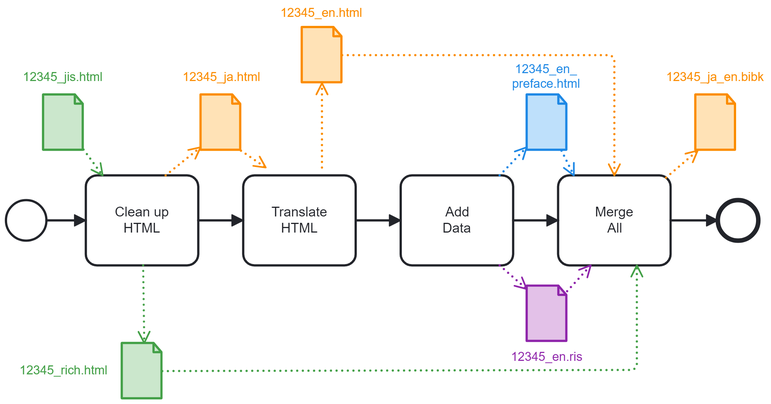
Before: 0-InitialWorkflow.png, a diagram exported from BPMN (japotrad/blue-sora). Its source is kept beside it as 0-InitialWorkflow.bpmn. Ids are renumbered.
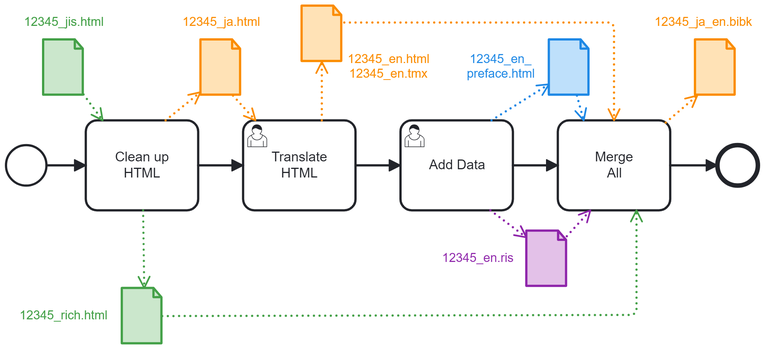
The same diagram one commit later.

Change to the diagram source:
```diff
@@ -1,13 +1,13 @@
 <bpmn:definitions xmlns:bpmn="http://www.omg.org/spec/BPMN/20100524/MODEL" xmlns:bpmndi="http://www.omg.org/spec/BPMN/20100524/DI" xmlns:dc="http://www.omg.org/spec/DD/20100524/DC" xmlns:bioc="http://bpmn.io/schema/bpmn/biocolor/1.0" xmlns:color="http://www.omg.org/spec/BPMN/non-normative/color/1.0" xmlns:di="http://www.omg.org/spec/DD/20100524/DI" xmlns:modeler="http://camunda.org/schema/modeler/1.0" id="Definitions_n1" targetNamespace="http://bpmn.io/schema/bpmn" exporter="Camunda Modeler" exporterVersion="5.29.0" modeler:executionPlatform="Camunda Cloud" modeler:executionPlatformVersion="8.2.0">
   <bpmn:process id="buildDbk" name="buildDbk" isExecutable="true">
     <bpmn:dataObjectReference id="DataObjectReference_n2" name="12345_en_&#10;preface.html" dataObjectRef="DataObject_n3" />
-    <bpmn:dataObjectReference id="DataObjectReference_n4" name="12345_en.html" dataObjectRef="DataObject_n5" />
+    <bpmn:dataObjectReference id="DataObjectReference_n4" name="12345_en.html&#10;12345_en.tmx" dataObjectRef="DataObject_n5" />
     <bpmn:dataObjectReference id="DataObjectReference_n6" name="12345_en.ris" dataObjectRef="DataObject_n7" />
-    <bpmn:dataObjectReference id="DataObjectReference_n8" name="12345_rich.html" dataObjectRef="DataObject_n9" />
     <bpmn:dataObjectReference id="DataObjectReference_n10" name="12345_ja_en.bibk" dataObjectRef="DataObject_n11" />
     <bpmn:dataObjectReference id="DataObjectReference_n12" name="12345_ja.html" dataObjectRef="DataObject_n13" />
     <bpmn:dataObjectReference id="DataObjectReference_n14" name="12345_jis.html" dataObjectRef="DataObject_n15" />
-    <bpmn:task id="Activity_n16" name="Add&#10;Data">
+    <bpmn:dataObjectReference id="DataObjectReference_n8" name="12345_rich.html" dataObjectRef="DataObject_n9" />
+    <bpmn:userTask id="Activity_n42" name="Add Data">
       <bpmn:incoming>Flow_n17</bpmn:incoming>
       <bpmn:outgoing>Flow_n18</bpmn:outgoing>
       <bpmn:dataOutputAssociation id="DataOutputAssociation_n19">
@@ -16,7 +16,7 @@
       <bpmn:dataOutputAssociation id="DataOutputAssociation_n20">
         <bpmn:targetRef>DataObjectReference_n6</bpmn:targetRef>
       </bpmn:dataOutputAssociation>
-    </bpmn:task>
+    </bpmn:userTask>
     <bpmn:task id="Activity_n21" name="Clean up&#10;HTML">
       <bpmn:incoming>Flow_n22</bpmn:incoming>
       <bpmn:outgoing>Flow_n23</bpmn:outgoing>
@@ -43,9 +43,9 @@
       <bpmn:incoming>Flow_n29</bpmn:incoming>
     </bpmn:endEvent>
     <bpmn:sequenceFlow id="Flow_n29" sourceRef="Activity_n30" targetRef="Event_n28" />
-    <bpmn:sequenceFlow id="Flow_n17" sourceRef="Activity_n31" targetRef="Activity_n16" />
-    <bpmn:sequenceFlow id="Flow_n23" sourceRef="Activity_n21" targetRef="Activity_n31" />
-    <bpmn:sequenceFlow id="Flow_n18" sourceRef="Activity_n16" targetRef="Activity_n30" />
+    <bpmn:sequenceFlow id="Flow_n17" sourceRef="Activity_n43" targetRef="Activity_n42" />
+    <bpmn:sequenceFlow id="Flow_n23" sourceRef="Activity_n21" targetRef="Activity_n43" />
+    <bpmn:sequenceFlow id="Flow_n18" sourceRef="Activity_n42" targetRef="Activity_n30" />
     <bpmn:sequenceFlow id="Flow_n22" sourceRef="StartEvent_1" targetRef="Activity_n21" />
     <bpmn:task id="Activity_n30" name="Merge&#10;All">
       <bpmn:incoming>Flow_n18</bpmn:incoming>
@@ -74,154 +74,154 @@
     <bpmn:startEvent id="StartEvent_1">
       <bpmn:outgoing>Flow_n22</bpmn:outgoing>
     </bpmn:startEvent>
-    <bpmn:task id="Activity_n31" name="Translate&#10;HTML">
+    <bpmn:userTask id="Activity_n43" name="Translate&#10;HTML">
       <bpmn:incoming>Flow_n23</bpmn:incoming>
       <bpmn:outgoing>Flow_n17</bpmn:outgoing>
-      <bpmn:property id="Property_n38" name="__targetRef_placeholder" />
+      <bpmn:property id="Property_n44" name="__targetRef_placeholder" />
       <bpmn:dataInputAssociation id="DataInputAssociation_n39">
         <bpmn:sourceRef>DataObjectReference_n12</bpmn:sourceRef>
-        <bpmn:targetRef>Property_n38</bpmn:targetRef>
+        <bpmn:targetRef>Property_n44</bpmn:targetRef>
       </bpmn:dataInputAssociation>
       <bpmn:dataOutputAssociation id="DataOutputAssociation_n40">
         <bpmn:targetRef>DataObjectReference_n4</bpmn:targetRef>
       </bpmn:dataOutputAssociation>
-    </bpmn:task>
+    </bpmn:userTask>
   </bpmn:process>
   <bpmndi:BPMNDiagram id="BPMNDiagram_1">
     <bpmndi:BPMNPlane id="BPMNPlane_1" bpmnElement="buildDbk">
-      <bpmndi:BPMNShape id="DataObjectReference_n2_di" bpmnElement="DataObjectReference_n2" bioc:stroke="#1e88e5" bioc:fill="#bbdefb" color:background-color="#bbdefb" color:border-color="#1e88e5">
-        <dc:Bounds x="642" y="185" width="36" height="50" />
-        <bpmndi:BPMNLabel>
-          <dc:Bounds x="629" y="156" width="62" height="27" />
+      <bpmndi:BPMNShape id="DataObjectReference_n6_di" bpmnElement="DataObjectReference_n6" bioc:stroke="#8e24aa" bioc:fill="#e1bee7" color:background-color="#e1bee7" color:border-color="#8e24aa">
+        <dc:Bounds x="642" y="285" width="36" height="50" />
+        <bpmndi:BPMNLabel color:color="#8e24aa">
+          <dc:Bounds x="567" y="303" width="65" height="14" />
         </bpmndi:BPMNLabel>
       </bpmndi:BPMNShape>
-      <bpmndi:BPMNShape id="DataObjectReference_n4_di" bpmnElement="DataObjectReference_n4" bioc:stroke="#fb8c00" bioc:fill="#ffe0b2" color:background-color="#ffe0b2" color:border-color="#fb8c00">
-        <dc:Bounds x="442" y="125" width="36" height="50" />
-        <bpmndi:BPMNLabel color:color="#fb8c00">
-          <dc:Bounds x="423" y="106" width="74" height="14" />
+      <bpmndi:BPMNShape id="BPMNShape_n41" bpmnElement="DataObjectReference_n8" bioc:stroke="#43a047" bioc:fill="#c8e6c9" color:background-color="#c8e6c9" color:border-color="#43a047">
+        <dc:Bounds x="282" y="336" width="36" height="50" />
+        <bpmndi:BPMNLabel>
+          <dc:Bounds x="191" y="354" width="79" height="14" />
         </bpmndi:BPMNLabel>
       </bpmndi:BPMNShape>
       <bpmndi:BPMNShape id="DataObjectReference_n10_di" bpmnElement="DataObjectReference_n10" bioc:stroke="#fb8c00" bioc:fill="#ffe0b2" color:background-color="#ffe0b2" color:border-color="#fb8c00">
-        <dc:Bounds x="792" y="185" width="36" height="50" />
+        <dc:Bounds x="792" y="115" width="36" height="50" />
         <bpmndi:BPMNLabel>
-          <dc:Bounds x="766" y="163" width="88" height="14" />
+          <dc:Bounds x="756" y="93" width="88" height="14" />
         </bpmndi:BPMNLabel>
       </bpmndi:BPMNShape>
       <bpmndi:BPMNShape id="DataObjectReference_n12_di" bpmnElement="DataObjectReference_n12" bioc:stroke="#fb8c00" bioc:fill="#ffe0b2" color:background-color="#ffe0b2" color:border-color="#fb8c00">
-        <dc:Bounds x="352" y="185" width="36" height="50" />
+        <dc:Bounds x="352" y="115" width="36" height="50" />
         <bpmndi:BPMNLabel>
-          <dc:Bounds x="336" y="163" width="70" height="14" />
+          <dc:Bounds x="336" y="93" width="70" height="14" />
         </bpmndi:BPMNLabel>
       </bpmndi:BPMNShape>
       <bpmndi:BPMNShape id="DataObjectReference_n14_di" bpmnElement="DataObjectReference_n14" bioc:stroke="#43a047" bioc:fill="#c8e6c9" color:background-color="#c8e6c9" color:border-color="#43a047">
-        <dc:Bounds x="212" y="185" width="36" height="50" />
+        <dc:Bounds x="212" y="115" width="36" height="50" />
         <bpmndi:BPMNLabel color:color="#43a047">
-          <dc:Bounds x="194" y="163" width="72" height="14" />
+          <dc:Bounds x="195" y="93" width="71" height="14" />
         </bpmndi:BPMNLabel>
       </bpmndi:BPMNShape>
-      <bpmndi:BPMNShape id="Activity_n16_di" bpmnElement="Activity_n16">
-        <dc:Bounds x="530" y="257" width="100" height="80" />
-        <bpmndi:BPMNLabel />
-      </bpmndi:BPMNShape>
       <bpmndi:BPMNShape id="Activity_n21_di" bpmnElement="Activity_n21">
-        <dc:Bounds x="250" y="257" width="100" height="80" />
+        <dc:Bounds x="250" y="187" width="100" height="80" />
         <bpmndi:BPMNLabel />
       </bpmndi:BPMNShape>
       <bpmndi:BPMNShape id="Event_n28_di" bpmnElement="Event_n28">
-        <dc:Bounds x="812" y="279" width="36" height="36" />
+        <dc:Bounds x="812" y="209" width="36" height="36" />
       </bpmndi:BPMNShape>
       <bpmndi:BPMNShape id="Activity_n30_di" bpmnElement="Activity_n30">
-        <dc:Bounds x="670" y="257" width="100" height="80" />
+        <dc:Bounds x="670" y="187" width="100" height="80" />
         <bpmndi:BPMNLabel />
       </bpmndi:BPMNShape>
       <bpmndi:BPMNShape id="_BPMNShape_StartEvent_2" bpmnElement="StartEvent_1">
-        <dc:Bounds x="179" y="279" width="36" height="36" />
+        <dc:Bounds x="179" y="209" width="36" height="36" />
       </bpmndi:BPMNShape>
-      <bpmndi:BPMNShape id="Activity_n31_di" bpmnElement="Activity_n31">
-        <dc:Bounds x="390" y="257" width="100" height="80" />
+      <bpmndi:BPMNShape id="Activity_n43_di" bpmnElement="Activity_n43">
+        <dc:Bounds x="390" y="187" width="100" height="80" />
         <bpmndi:BPMNLabel />
       </bpmndi:BPMNShape>
-      <bpmndi:BPMNShape id="DataObjectReference_n6_di" bpmnElement="DataObjectReference_n6" bioc:stroke="#8e24aa" bioc:fill="#e1bee7" color:background-color="#e1bee7" color:border-color="#8e24aa">
-        <dc:Bounds x="642" y="355" width="36" height="50" />
-        <bpmndi:BPMNLabel color:color="#8e24aa">
-          <dc:Bounds x="628" y="412" width="65" height="14" />
+      <bpmndi:BPMNShape id="DataObjectReference_n4_di" bpmnElement="DataObjectReference_n4" bioc:stroke="#fb8c00" bioc:fill="#ffe0b2" color:background-color="#ffe0b2" color:border-color="#fb8c00">
+        <dc:Bounds x="442" y="85" width="36" height="50" />
+        <bpmndi:BPMNLabel color:color="#fb8c00">
+          <dc:Bounds x="483" y="126" width="73" height="27" />
         </bpmndi:BPMNLabel>
       </bpmndi:BPMNShape>
-      <bpmndi:BPMNShape id="BPMNShape_n41" bpmnElement="DataObjectReference_n8" bioc:stroke="#43a047" bioc:fill="#c8e6c9" color:background-color="#c8e6c9" color:border-color="#43a047">
-        <dc:Bounds x="282" y="406" width="36" height="50" />
+      <bpmndi:BPMNShape id="Activity_n42_di" bpmnElement="Activity_n42">
+        <dc:Bounds x="530" y="187" width="100" height="80" />
+        <bpmndi:BPMNLabel />
+      </bpmndi:BPMNShape>
+      <bpmndi:BPMNShape id="DataObjectReference_n2_di" bpmnElement="DataObjectReference_n2" bioc:stroke="#1e88e5" bioc:fill="#bbdefb" color:background-color="#bbdefb" color:border-color="#1e88e5">
+        <dc:Bounds x="662" y="115" width="36" height="50" />
         <bpmndi:BPMNLabel>
-          <dc:Bounds x="191" y="424" width="79" height="14" />
+          <dc:Bounds x="589" y="126" width="61" height="27" />
         </bpmndi:BPMNLabel>
       </bpmndi:BPMNShape>
       <bpmndi:BPMNEdge id="DataOutputAssociation_n19_di" bpmnElement="DataOutputAssociation_n19" bioc:stroke="#1e88e5" color:border-color="#1e88e5">
-        <di:waypoint x="618" y="257" />
-        <di:waypoint x="642" y="232" />
+        <di:waypoint x="611" y="187" />
+        <di:waypoint x="662" y="155" />
       </bpmndi:BPMNEdge>
       <bpmndi:BPMNEdge id="DataOutputAssociation_n20_di" bpmnElement="DataOutputAssociation_n20" bioc:stroke="#8e24aa" color:border-color="#8e24aa">
-        <di:waypoint x="618" y="337" />
-        <di:waypoint x="642" y="358" />
+        <di:waypoint x="610" y="267" />
+        <di:waypoint x="642" y="291" />
       </bpmndi:BPMNEdge>
       <bpmndi:BPMNEdge id="DataInputAssociation_n25_di" bpmnElement="DataInputAssociation_n25" bioc:stroke="#43a047" color:border-color="#43a047">
-        <di:waypoint x="248" y="234" />
-        <di:waypoint x="265" y="257" />
+        <di:waypoint x="248" y="164" />
+        <di:waypoint x="265" y="187" />
       </bpmndi:BPMNEdge>
       <bpmndi:BPMNEdge id="DataOutputAssociation_n26_di" bpmnElement="DataOutputAssociation_n26" bioc:stroke="#fb8c00" color:border-color="#fb8c00">
-        <di:waypoint x="321" y="257" />
-        <di:waypoint x="352" y="232" />
+        <di:waypoint x="321" y="187" />
+        <di:waypoint x="352" y="162" />
       </bpmndi:BPMNEdge>
       <bpmndi:BPMNEdge id="DataOutputAssociation_n27_di" bpmnElement="DataOutputAssociation_n27" bioc:stroke="#43a047" color:border-color="#43a047">
-        <di:waypoint x="301" y="337" />
-        <di:waypoint x="302" y="406" />
+        <di:waypoint x="301" y="267" />
+        <di:waypoint x="302" y="336" />
       </bpmndi:BPMNEdge>
       <bpmndi:BPMNEdge id="Flow_n29_di" bpmnElement="Flow_n29">
-        <di:waypoint x="770" y="297" />
-        <di:waypoint x="812" y="297" />
+        <di:waypoint x="770" y="227" />
+        <di:waypoint x="812" y="227" />
       </bpmndi:BPMNEdge>
       <bpmndi:BPMNEdge id="Flow_n17_di" bpmnElement="Flow_n17">
-        <di:waypoint x="490" y="297" />
-        <di:waypoint x="530" y="297" />
+        <di:waypoint x="490" y="227" />
+        <di:waypoint x="530" y="227" />
       </bpmndi:BPMNEdge>
       <bpmndi:BPMNEdge id="Flow_n23_di" bpmnElement="Flow_n23">
-        <di:waypoint x="350" y="297" />
-        <di:waypoint x="390" y="297" />
+        <di:waypoint x="350" y="227" />
+        <di:waypoint x="390" y="227" />
       </bpmndi:BPMNEdge>
       <bpmndi:BPMNEdge id="Flow_n18_di" bpmnElement="Flow_n18">
-        <di:waypoint x="630" y="297" />
-        <di:waypoint x="670" y="297" />
+        <di:waypoint x="630" y="227" />
+        <di:waypoint x="670" y="227" />
       </bpmndi:BPMNEdge>
       <bpmndi:BPMNEdge id="Flow_n22_di" bpmnElement="Flow_n22">
-        <di:waypoint x="215" y="297" />
-        <di:waypoint x="250" y="297" />
+        <di:waypoint x="215" y="227" />
+        <di:waypoint x="250" y="227" />
       </bpmndi:BPMNEdge>
       <bpmndi:BPMNEdge id="DataInputAssociation_n33_di" bpmnElement="DataInputAssociation_n33" bioc:stroke="#1e88e5" color:border-color="#1e88e5">
-        <di:waypoint x="673" y="235" />
-        <di:waypoint x="684" y="257" />
+        <di:waypoint x="687" y="165" />
+        <di:waypoint x="693" y="187" />
       </bpmndi:BPMNEdge>
       <bpmndi:BPMNEdge id="DataInputAssociation_n34_di" bpmnElement="DataInputAssociation_n34" bioc:stroke="#43a047" color:border-color="#43a047">
-        <di:waypoint x="318" y="431" />
-        <di:waypoint x="740" y="430" />
-        <di:waypoint x="740" y="337" />
+        <di:waypoint x="318" y="361" />
+        <di:waypoint x="740" y="360" />
+        <di:waypoint x="740" y="267" />
       </bpmndi:BPMNEdge>
       <bpmndi:BPMNEdge id="DataInputAssociation_n35_di" bpmnElement="DataInputAssociation_n35" bioc:stroke="#8e24aa" color:border-color="#8e24aa">
-        <di:waypoint x="678" y="360" />
-        <di:waypoint x="699" y="337" />
+        <di:waypoint x="678" y="290" />
+        <di:waypoint x="699" y="267" />
       </bpmndi:BPMNEdge>
       <bpmndi:BPMNEdge id="DataInputAssociation_n36_di" bpmnElement="DataInputAssociation_n36" bioc:stroke="#fb8c00" color:border-color="#fb8c00">
-        <di:waypoint x="478" y="150" />
-        <di:waypoint x="720" y="150" />
-        <di:waypoint x="720" y="257" />
+        <di:waypoint x="480" y="100" />
+        <di:waypoint x="720" y="100" />
+        <di:waypoint x="720" y="187" />
       </bpmndi:BPMNEdge>
       <bpmndi:BPMNEdge id="DataOutputAssociation_n37_di" bpmnElement="DataOutputAssociation_n37" bioc:stroke="#fb8c00" color:border-color="#fb8c00">
-        <di:waypoint x="766" y="259" />
-        <di:waypoint x="794" y="235" />
+        <di:waypoint x="766" y="189" />
+        <di:waypoint x="794" y="165" />
       </bpmndi:BPMNEdge>
       <bpmndi:BPMNEdge id="DataInputAssociation_n39_di" bpmnElement="DataInputAssociation_n39" bioc:stroke="#fb8c00" color:border-color="#fb8c00">
-        <di:waypoint x="388" y="235" />
-        <di:waypoint x="410" y="250" />
+        <di:waypoint x="381" y="165" />
+        <di:waypoint x="401" y="187" />
       </bpmndi:BPMNEdge>
       <bpmndi:BPMNEdge id="DataOutputAssociation_n40_di" bpmnElement="DataOutputAssociation_n40" bioc:stroke="#fb8c00" color:border-color="#fb8c00">
-        <di:waypoint x="460" y="250" />
-        <di:waypoint x="460" y="175" />
+        <di:waypoint x="460" y="187" />
+        <di:waypoint x="460" y="135" />
       </bpmndi:BPMNEdge>
     </bpmndi:BPMNPlane>
   </bpmndi:BPMNDiagram>
```
